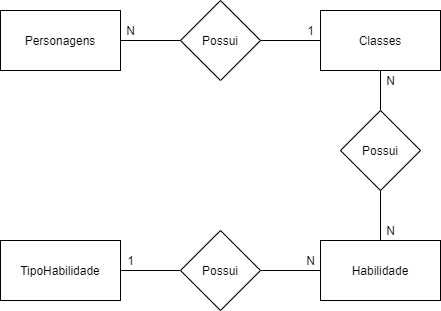
Earlier version of the draw.io export DesafioHROADS/MODELOS/DiagramaConceitualHROADS-conceitual.png (Vitormanoel-melo/Sprint-1_BD_Relacional). Source tidied: cells renumbered, new cells last; positions are measured from the earlier drawing's top-left corner, leaving out a move shared by most shapes.
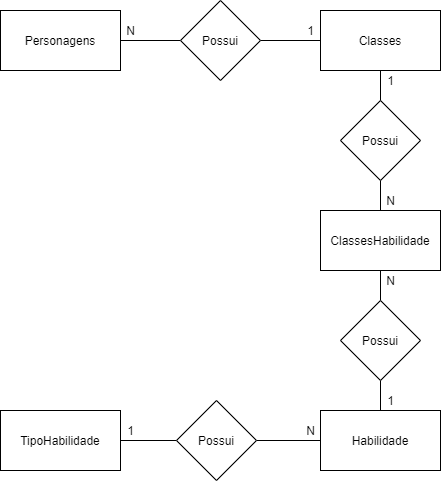
The same file after the commit.

What changed in the source:
```diff
@@ -3,16 +3,19 @@
     <mxCell id="0" />
     <mxCell id="1" parent="0" />
     <mxCell id="2" value="Personagens" style="rounded=0;whiteSpace=wrap;html=1;" parent="1" vertex="1">
-      <mxGeometry y="10" width="120" height="60" as="geometry" />
+      <mxGeometry x="6" y="10" width="120" height="60" as="geometry" />
     </mxCell>
+    <mxCell id="21" style="edgeStyle=orthogonalEdgeStyle;rounded=0;jettySize=auto;html=1;endArrow=none;endFill=0;" parent="1" edge="1" source="3" target="26">
+      <mxGeometry relative="1" as="geometry" />
+    </mxCell>
     <mxCell id="3" value="Classes" style="rounded=0;whiteSpace=wrap;html=1;" parent="1" vertex="1">
-      <mxGeometry x="320" y="10" width="120" height="60" as="geometry" />
+      <mxGeometry x="326" y="10" width="120" height="60" as="geometry" />
     </mxCell>
     <mxCell id="4" value="Habilidade" style="rounded=0;whiteSpace=wrap;html=1;" parent="1" vertex="1">
-      <mxGeometry x="320" y="240" width="120" height="60" as="geometry" />
+      <mxGeometry x="326" y="410" width="120" height="60" as="geometry" />
     </mxCell>
     <mxCell id="5" value="TipoHabilidade" style="rounded=0;whiteSpace=wrap;html=1;" parent="1" vertex="1">
-      <mxGeometry y="240" width="120" height="60" as="geometry" />
+      <mxGeometry x="6" y="410" width="120" height="60" as="geometry" />
     </mxCell>
     <mxCell id="6" style="edgeStyle=orthogonalEdgeStyle;rounded=0;jettySize=auto;html=1;entryX=1;entryY=0.5;entryDx=0;entryDy=0;endArrow=none;endFill=0;" parent="1" edge="1" source="8" target="2">
       <mxGeometry relative="1" as="geometry" />
@@ -21,29 +24,26 @@
       <mxGeometry relative="1" as="geometry" />
     </mxCell>
     <mxCell id="8" value="Possui" style="rhombus;whiteSpace=wrap;html=1;" parent="1" vertex="1">
-      <mxGeometry x="180" width="80" height="80" as="geometry" />
+      <mxGeometry x="186" width="80" height="80" as="geometry" />
     </mxCell>
     <mxCell id="9" value="N" style="text;html=1;align=center;verticalAlign=middle;" parent="1" vertex="1">
-      <mxGeometry x="120" y="20" width="20" height="20" as="geometry" />
+      <mxGeometry x="126" y="20" width="20" height="20" as="geometry" />
     </mxCell>
     <mxCell id="10" value="1" style="text;html=1;align=center;verticalAlign=middle;" parent="1" vertex="1">
-      <mxGeometry x="300" y="20" width="20" height="20" as="geometry" />
+      <mxGeometry x="306" y="20" width="20" height="20" as="geometry" />
     </mxCell>
-    <mxCell id="11" style="edgeStyle=orthogonalEdgeStyle;rounded=0;jettySize=auto;html=1;endArrow=none;endFill=0;" parent="1" edge="1" source="13" target="3">
-      <mxGeometry relative="1" as="geometry" />
-    </mxCell>
     <mxCell id="12" style="edgeStyle=orthogonalEdgeStyle;rounded=0;jettySize=auto;html=1;entryX=0.5;entryY=0;entryDx=0;entryDy=0;endArrow=none;endFill=0;" parent="1" edge="1" source="13" target="4">
       <mxGeometry relative="1" as="geometry" />
     </mxCell>
+    <mxCell id="22" style="edgeStyle=orthogonalEdgeStyle;rounded=0;jettySize=auto;html=1;endArrow=none;endFill=0;" parent="1" edge="1" source="13" target="23">
+      <mxGeometry relative="1" as="geometry" />
+    </mxCell>
     <mxCell id="13" value="Possui" style="rhombus;whiteSpace=wrap;html=1;" parent="1" vertex="1">
-      <mxGeometry x="340" y="110" width="80" height="80" as="geometry" />
+      <mxGeometry x="346" y="300" width="80" height="80" as="geometry" />
     </mxCell>
-    <mxCell id="14" value="N" style="text;html=1;align=center;verticalAlign=middle;" parent="1" vertex="1">
-      <mxGeometry x="380" y="220" width="20" height="20" as="geometry" />
+    <mxCell id="14" value="1" style="text;html=1;align=center;verticalAlign=middle;" parent="1" vertex="1">
+      <mxGeometry x="386" y="390" width="20" height="20" as="geometry" />
     </mxCell>
-    <mxCell id="15" value="N" style="text;html=1;align=center;verticalAlign=middle;" parent="1" vertex="1">
-      <mxGeometry x="380" y="70" width="20" height="20" as="geometry" />
-    </mxCell>
     <mxCell id="16" style="edgeStyle=orthogonalEdgeStyle;rounded=0;jettySize=auto;html=1;entryX=0;entryY=0.5;entryDx=0;entryDy=0;endArrow=none;endFill=0;" parent="1" edge="1" source="18" target="4">
       <mxGeometry relative="1" as="geometry" />
     </mxCell>
@@ -51,13 +51,34 @@
       <mxGeometry relative="1" as="geometry" />
     </mxCell>
     <mxCell id="18" value="Possui" style="rhombus;whiteSpace=wrap;html=1;" parent="1" vertex="1">
-      <mxGeometry x="180" y="230" width="80" height="80" as="geometry" />
+      <mxGeometry x="182" y="400" width="80" height="80" as="geometry" />
     </mxCell>
     <mxCell id="19" value="1" style="text;html=1;align=center;verticalAlign=middle;" parent="1" vertex="1">
-      <mxGeometry x="120" y="250" width="20" height="20" as="geometry" />
+      <mxGeometry x="126" y="420" width="20" height="20" as="geometry" />
     </mxCell>
     <mxCell id="20" value="N" style="text;html=1;align=center;verticalAlign=middle;" parent="1" vertex="1">
-      <mxGeometry x="300" y="250" width="20" height="20" as="geometry" />
+      <mxGeometry x="306" y="420" width="20" height="20" as="geometry" />
     </mxCell>
+    <mxCell id="23" value="ClassesHabilidade" style="rounded=0;whiteSpace=wrap;html=1;" parent="1" vertex="1">
+      <mxGeometry x="326" y="210" width="120" height="60" as="geometry" />
+    </mxCell>
+    <mxCell id="24" style="edgeStyle=orthogonalEdgeStyle;rounded=0;jettySize=auto;html=1;endArrow=none;endFill=0;" parent="1" edge="1" source="26" target="23">
+      <mxGeometry relative="1" as="geometry" />
+    </mxCell>
+    <mxCell id="25" style="edgeStyle=orthogonalEdgeStyle;rounded=0;jettySize=auto;html=1;endArrow=none;endFill=0;" parent="1" edge="1" source="26" target="3">
+      <mxGeometry relative="1" as="geometry" />
+    </mxCell>
+    <mxCell id="26" value="Possui" style="rhombus;whiteSpace=wrap;html=1;" parent="1" vertex="1">
+      <mxGeometry x="346" y="100" width="80" height="80" as="geometry" />
+    </mxCell>
+    <mxCell id="27" value="1" style="text;html=1;align=center;verticalAlign=middle;strokeColor=none;" parent="1" vertex="1">
+      <mxGeometry x="386" y="70" width="20" height="20" as="geometry" />
+    </mxCell>
+    <mxCell id="28" value="N" style="text;html=1;align=center;verticalAlign=middle;strokeColor=none;" parent="1" vertex="1">
+      <mxGeometry x="386" y="190" width="20" height="20" as="geometry" />
+    </mxCell>
+    <mxCell id="29" value="N" style="text;html=1;align=center;verticalAlign=middle;strokeColor=none;" parent="1" vertex="1">
+      <mxGeometry x="386" y="270" width="20" height="20" as="geometry" />
+    </mxCell>
   </root>
 </mxGraphModel>
```
